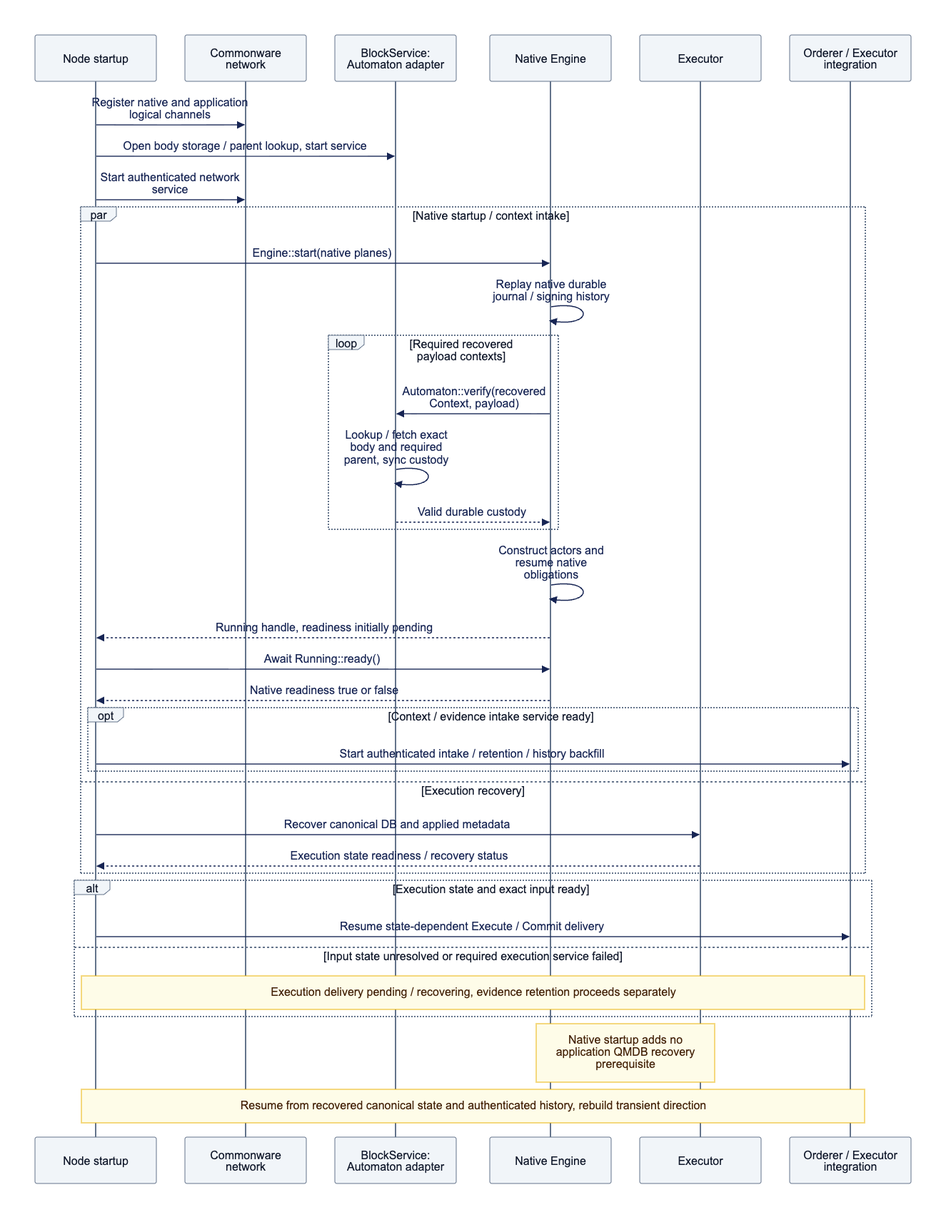
Earlier version of the Mermaid export docs/assets/diagrams/diagram-13.png (djm07073/baton-research). Its source is kept beside it as docs/assets/diagrams/diagram-13.mmd.
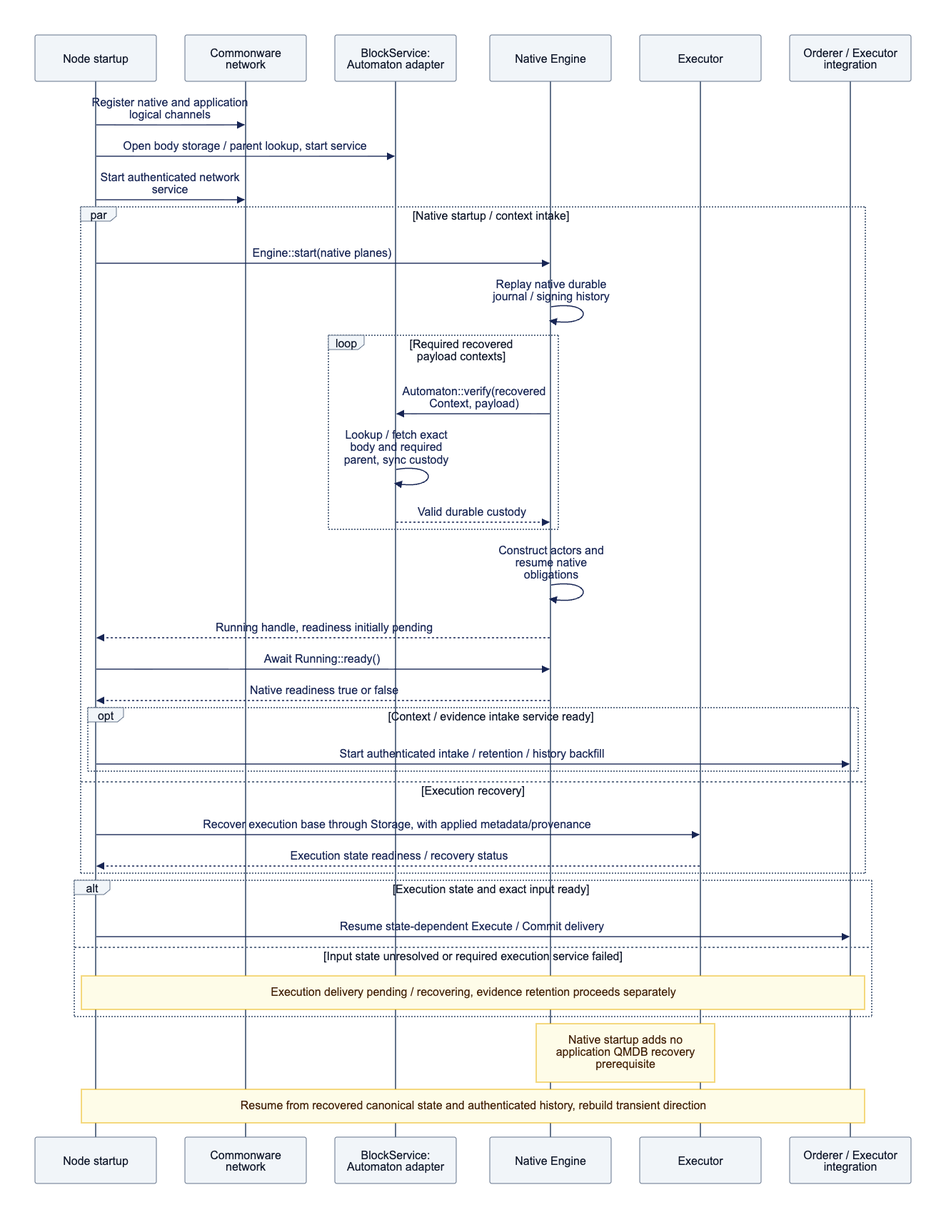
The same diagram one commit later.

The edit, as a diff of the source:
```diff
@@ -24,7 +24,7 @@
             S->>B: Start authenticated intake / retention / history backfill
         end
     and Execution recovery
-        S->>E: Recover canonical DB and applied metadata
+        S->>E: Recover execution base through Storage, with applied metadata/provenance
         E-->>S: Execution state readiness / recovery status
     end
     alt Execution state and exact input ready
```
